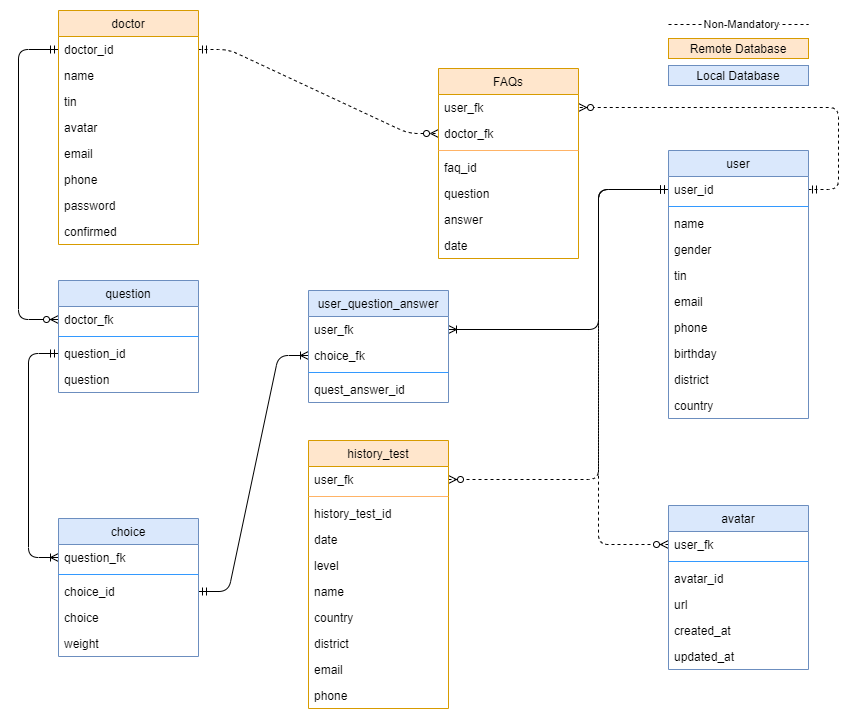
Before: documentation/draw-er_model.png, a diagram exported from draw.io (agostinhoramos/Testing_COVID_19). Source tidied: cells renumbered, new cells last; positions are measured from the earlier drawing's top-left corner, leaving out a move shared by most shapes.
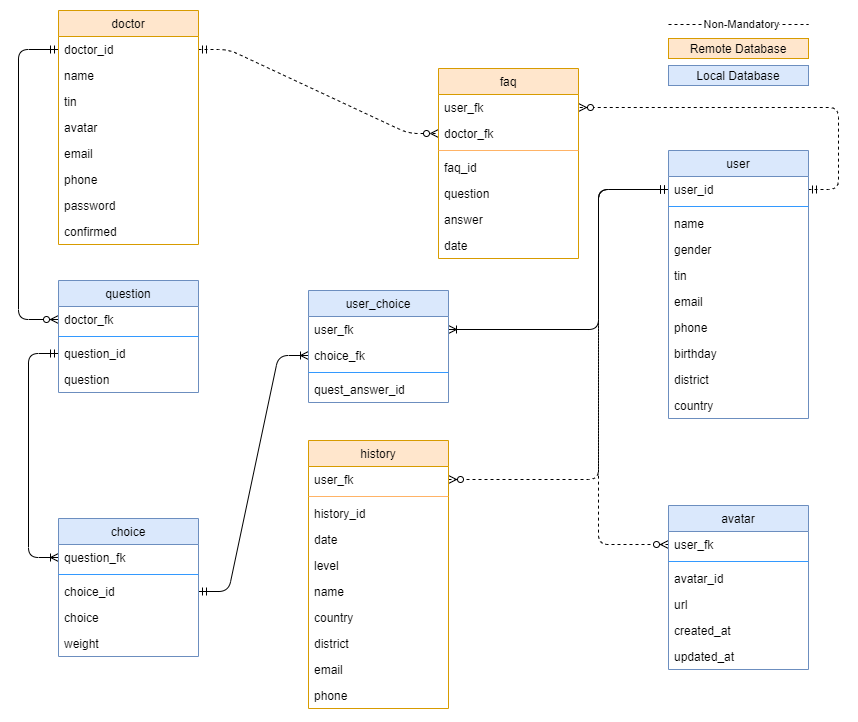
Later version of the same file.

Change to the diagram source:
```diff
@@ -88,7 +88,7 @@
     <mxCell id="23" value="weight" style="text;strokeColor=none;fillColor=none;align=left;verticalAlign=top;spacingLeft=4;spacingRight=4;overflow=hidden;" parent="18" vertex="1">
       <mxGeometry y="112" width="140" height="26" as="geometry" />
     </mxCell>
-    <mxCell id="24" value="user_question_answer" style="swimlane;fontStyle=0;horizontal=1;startSize=26;fillColor=#dae8fc;strokeColor=#6c8ebf;" parent="1" vertex="1">
+    <mxCell id="24" value="user_choice" style="swimlane;fontStyle=0;horizontal=1;startSize=26;fillColor=#dae8fc;strokeColor=#6c8ebf;" parent="1" vertex="1">
       <mxGeometry x="290" y="280" width="140" height="112" as="geometry" />
     </mxCell>
     <mxCell id="25" value="user_fk" style="text;strokeColor=none;fillColor=none;align=left;verticalAlign=top;spacingLeft=4;spacingRight=4;overflow=hidden;points=[[0,0.5],[1,0.5]];portConstraint=eastwest;" parent="24" vertex="1">
@@ -186,7 +186,7 @@
     <mxCell id="54" value="country" style="text;strokeColor=none;fillColor=none;align=left;verticalAlign=top;spacingLeft=4;spacingRight=4;overflow=hidden;" parent="44" vertex="1">
       <mxGeometry y="242" width="140" height="26" as="geometry" />
     </mxCell>
-    <mxCell id="55" value="FAQs" style="swimlane;fontStyle=0;horizontal=1;startSize=26;fillColor=#ffe6cc;strokeColor=#d79b00;" parent="1" vertex="1">
+    <mxCell id="55" value="faq" style="swimlane;fontStyle=0;horizontal=1;startSize=26;fillColor=#ffe6cc;strokeColor=#d79b00;" parent="1" vertex="1">
       <mxGeometry x="420" y="58" width="140" height="190" as="geometry" />
     </mxCell>
     <mxCell id="56" value="user_fk" style="text;strokeColor=none;fillColor=none;align=left;verticalAlign=top;spacingLeft=4;spacingRight=4;overflow=hidden;points=[[0,0.5],[1,0.5]];portConstraint=eastwest;" parent="55" vertex="1">
@@ -221,7 +221,7 @@
         <mxPoint x="-15" y="1" as="offset" />
       </mxGeometry>
     </mxCell>
-    <mxCell id="65" value="history_test" style="swimlane;fontStyle=0;horizontal=1;startSize=26;fillColor=#ffe6cc;strokeColor=#d79b00;" parent="1" vertex="1">
+    <mxCell id="65" value="history" style="swimlane;fontStyle=0;horizontal=1;startSize=26;fillColor=#ffe6cc;strokeColor=#d79b00;" parent="1" vertex="1">
       <mxGeometry x="290" y="430" width="140" height="268" as="geometry" />
     </mxCell>
     <mxCell id="66" value="user_fk" style="text;strokeColor=none;fillColor=none;align=left;verticalAlign=top;spacingLeft=4;spacingRight=4;overflow=hidden;points=[[0,0.5],[1,0.5]];portConstraint=eastwest;" parent="65" vertex="1">
@@ -230,7 +230,7 @@
     <mxCell id="67" style="line;strokeWidth=1;fillColor=none;align=left;verticalAlign=middle;spacingTop=-1;spacingLeft=3;spacingRight=3;labelPosition=right;fontSize=12;strokeColor=#FFB366;" parent="65" vertex="1">
       <mxGeometry y="52" width="140" height="8" as="geometry" />
     </mxCell>
-    <mxCell id="68" value="history_test_id" style="text;strokeColor=none;fillColor=none;align=left;verticalAlign=top;spacingLeft=4;spacingRight=4;overflow=hidden;" parent="65" vertex="1">
+    <mxCell id="68" value="history_id" style="text;strokeColor=none;fillColor=none;align=left;verticalAlign=top;spacingLeft=4;spacingRight=4;overflow=hidden;" parent="65" vertex="1">
       <mxGeometry y="60" width="140" height="26" as="geometry" />
     </mxCell>
     <mxCell id="69" value="date" style="text;strokeColor=none;fillColor=none;align=left;verticalAlign=top;spacingLeft=4;spacingRight=4;overflow=hidden;" parent="65" vertex="1">
```
